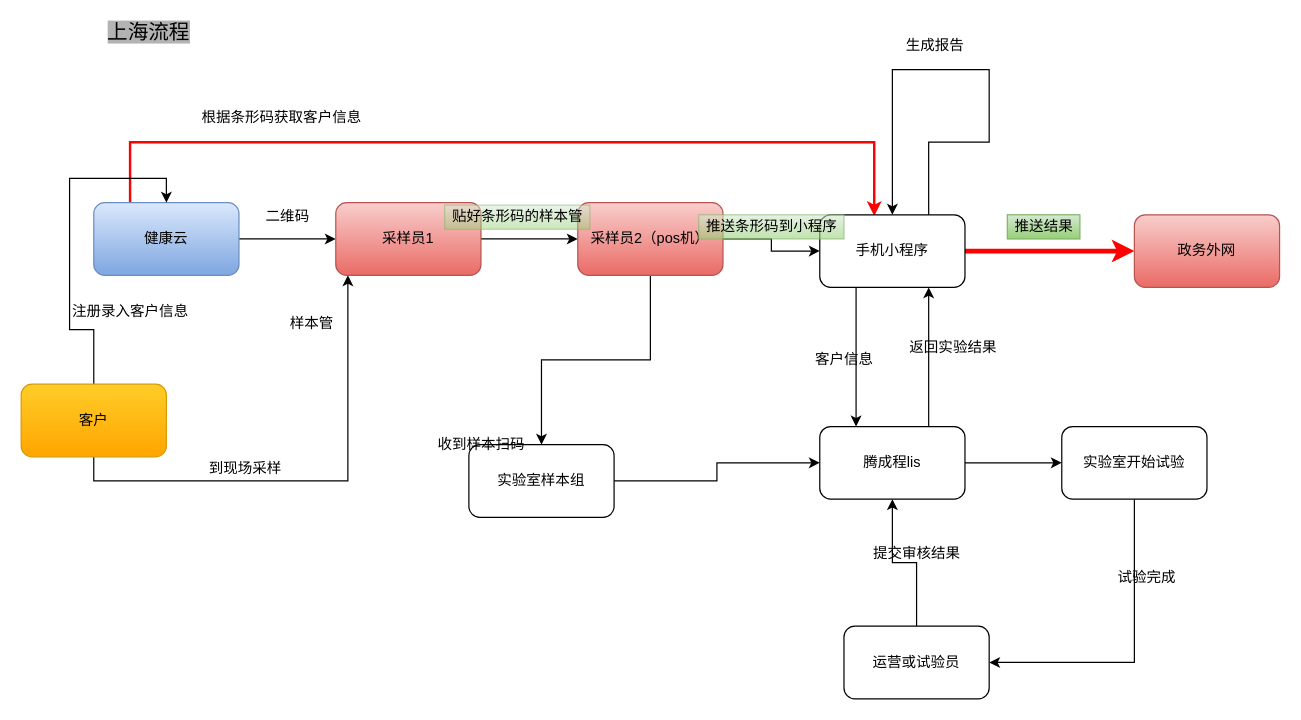
The draw.io diagram pos_pipeline.drawio in lidanqing123/drawio.picture, before the edit. Source tidied: cells renumbered, new cells numbered last; positions are measured from the earlier drawing's top-left corner, leaving out a move shared by most shapes. Both pictures are drawn from the tidied source at 121%, with x=0, y=0 at pixel (21, 21).
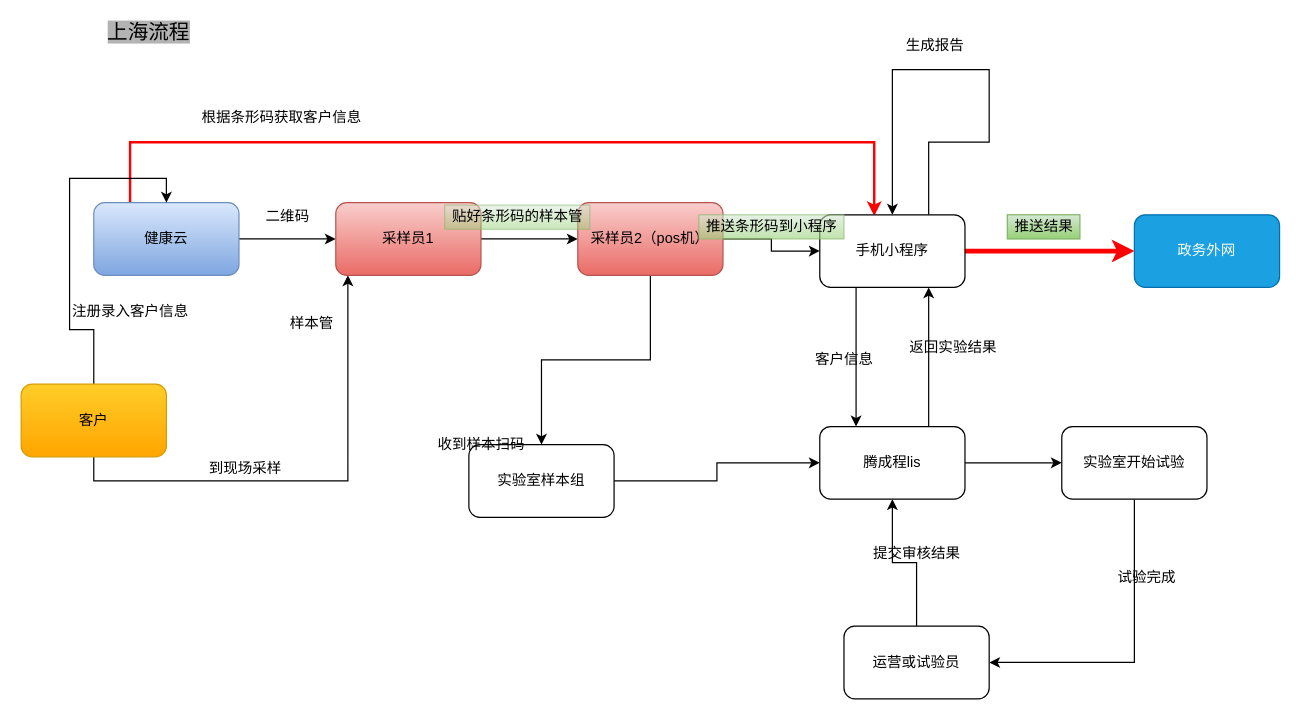
The same diagram, later.

The edit, as a diff of the source:
```diff
@@
-    <mxCell id="23" value="政务外网" style="whiteSpace=wrap;html=1;rounded=1;gradientColor=#ea6b66;fillColor=#f8cecc;strokeColor=#b85450;" parent="1" vertex="1">
+    <mxCell id="23" value="政务外网" style="whiteSpace=wrap;html=1;rounded=1;fillColor=#1ba1e2;strokeColor=#006EAF;fontColor=#ffffff;" parent="1" vertex="1">
       <mxGeometry x="920" y="160" width="120" height="60" as="geometry" />
     </mxCell>
```
